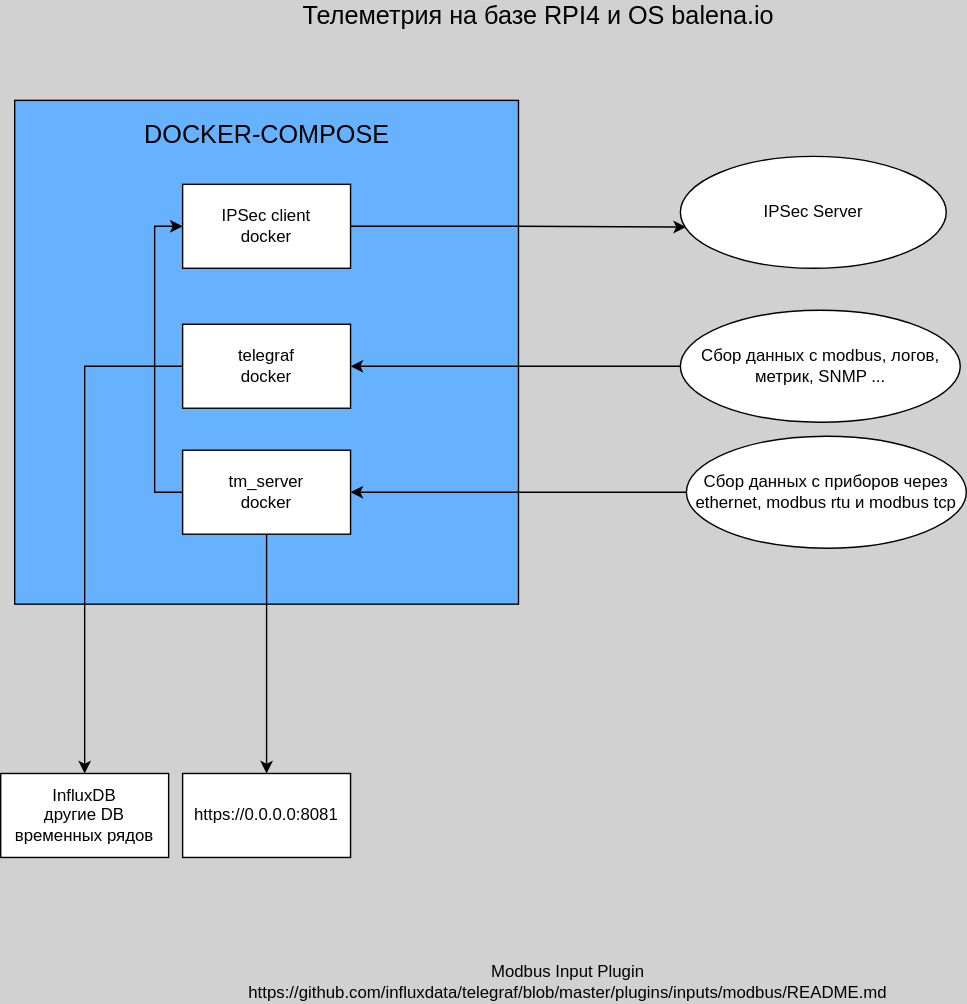
Earlier version of the draw.io export pictures/felectra-diagram.drawio.svg (joyshmitz/felectra). Source tidied: cells renumbered, new cells last; positions are measured from the earlier drawing's top-left corner, leaving out a move shared by most shapes.
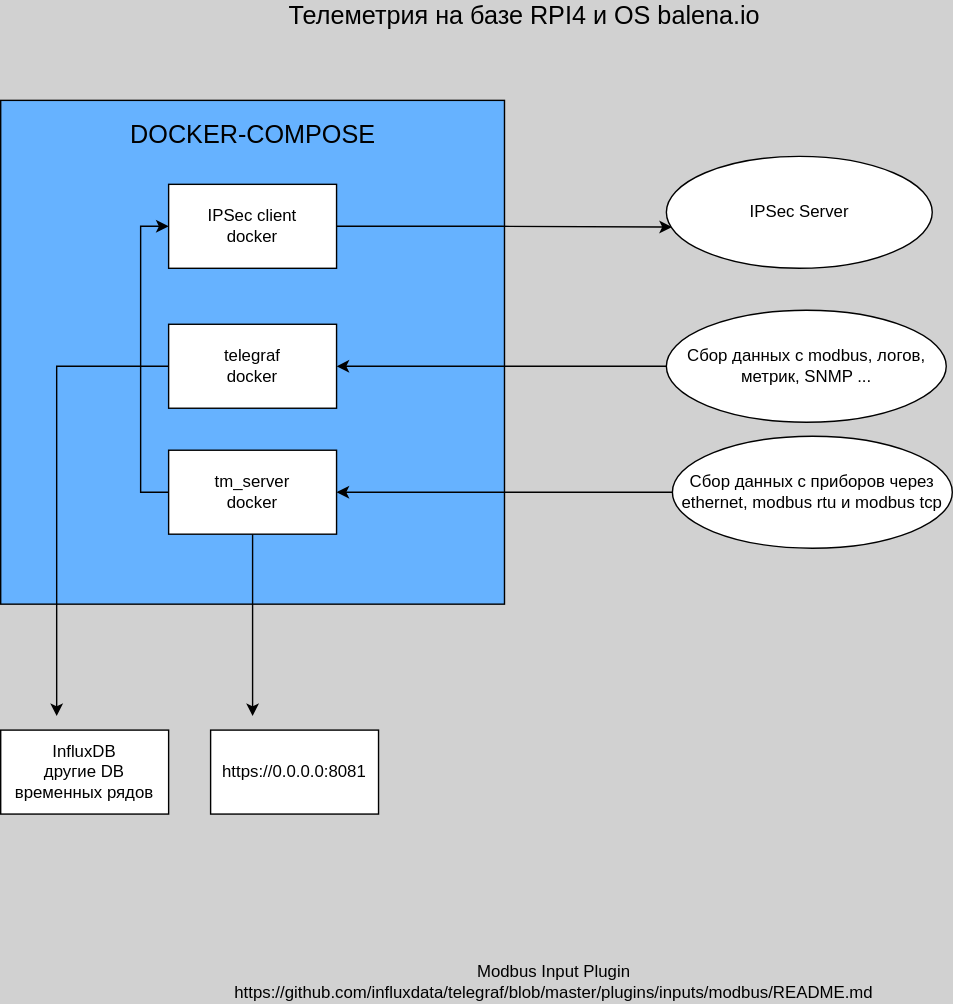
After the commit.

The edit, as a diff of the source:
```diff
@@ -20,15 +20,19 @@
     <mxCell id="7" style="edgeStyle=orthogonalEdgeStyle;rounded=0;jettySize=auto;html=1;entryX=0;entryY=0.5;entryDx=0;entryDy=0;exitX=0;exitY=0.5;exitDx=0;exitDy=0;" parent="1" edge="1" source="9" target="13">
       <mxGeometry relative="1" as="geometry" />
     </mxCell>
-    <mxCell id="8" style="edgeStyle=orthogonalEdgeStyle;rounded=0;jettySize=auto;html=1;" parent="1" edge="1" source="9" target="15">
-      <mxGeometry relative="1" as="geometry" />
-    </mxCell>
+    <mxCell id="20" style="edgeStyle=orthogonalEdgeStyle;rounded=0;jettySize=auto;html=1;" parent="1" edge="1" source="9">
+      <mxGeometry relative="1" as="geometry">
+        <mxPoint x="190" y="510" as="targetPoint" />
+      </mxGeometry>
+    </mxCell>
     <mxCell id="9" value="tm_server&lt;br&gt;docker" style="whiteSpace=wrap;html=1;" parent="1" vertex="1">
       <mxGeometry x="130" y="320" width="120" height="60" as="geometry" />
     </mxCell>
-    <mxCell id="10" style="edgeStyle=orthogonalEdgeStyle;rounded=0;jettySize=auto;html=1;entryX=0.5;entryY=0;entryDx=0;entryDy=0;" parent="1" edge="1" source="11" target="16">
-      <mxGeometry relative="1" as="geometry" />
-    </mxCell>
+    <mxCell id="21" style="edgeStyle=orthogonalEdgeStyle;rounded=0;jettySize=auto;html=1;" parent="1" edge="1" source="11">
+      <mxGeometry relative="1" as="geometry">
+        <mxPoint x="50" y="510" as="targetPoint" />
+      </mxGeometry>
+    </mxCell>
     <mxCell id="11" value="telegraf&lt;br&gt;docker" style="whiteSpace=wrap;html=1;" parent="1" vertex="1">
       <mxGeometry x="130" y="230" width="120" height="60" as="geometry" />
     </mxCell>
@@ -42,10 +46,10 @@
       <mxGeometry x="485.7" y="110" width="190" height="80" as="geometry" />
     </mxCell>
     <mxCell id="15" value="https://0.0.0.0:8081" style="whiteSpace=wrap;html=1;" parent="1" vertex="1">
-      <mxGeometry x="130" y="551" width="120" height="60" as="geometry" />
+      <mxGeometry x="160" y="520" width="120" height="60" as="geometry" />
     </mxCell>
     <mxCell id="16" value="InfluxDB&lt;br&gt;другие DB временных рядов" style="whiteSpace=wrap;html=1;" parent="1" vertex="1">
-      <mxGeometry y="551" width="120" height="60" as="geometry" />
+      <mxGeometry x="10" y="520" width="120" height="60" as="geometry" />
     </mxCell>
     <mxCell id="17" value="&lt;font style=&quot;font-size: 18px&quot;&gt;DOCKER-COMPOSE&lt;/font&gt;" style="text;html=1;align=center;verticalAlign=middle;strokeColor=none;fillColor=none;" parent="1" vertex="1">
       <mxGeometry x="95" y="85" width="190" height="20" as="geometry" />
```
